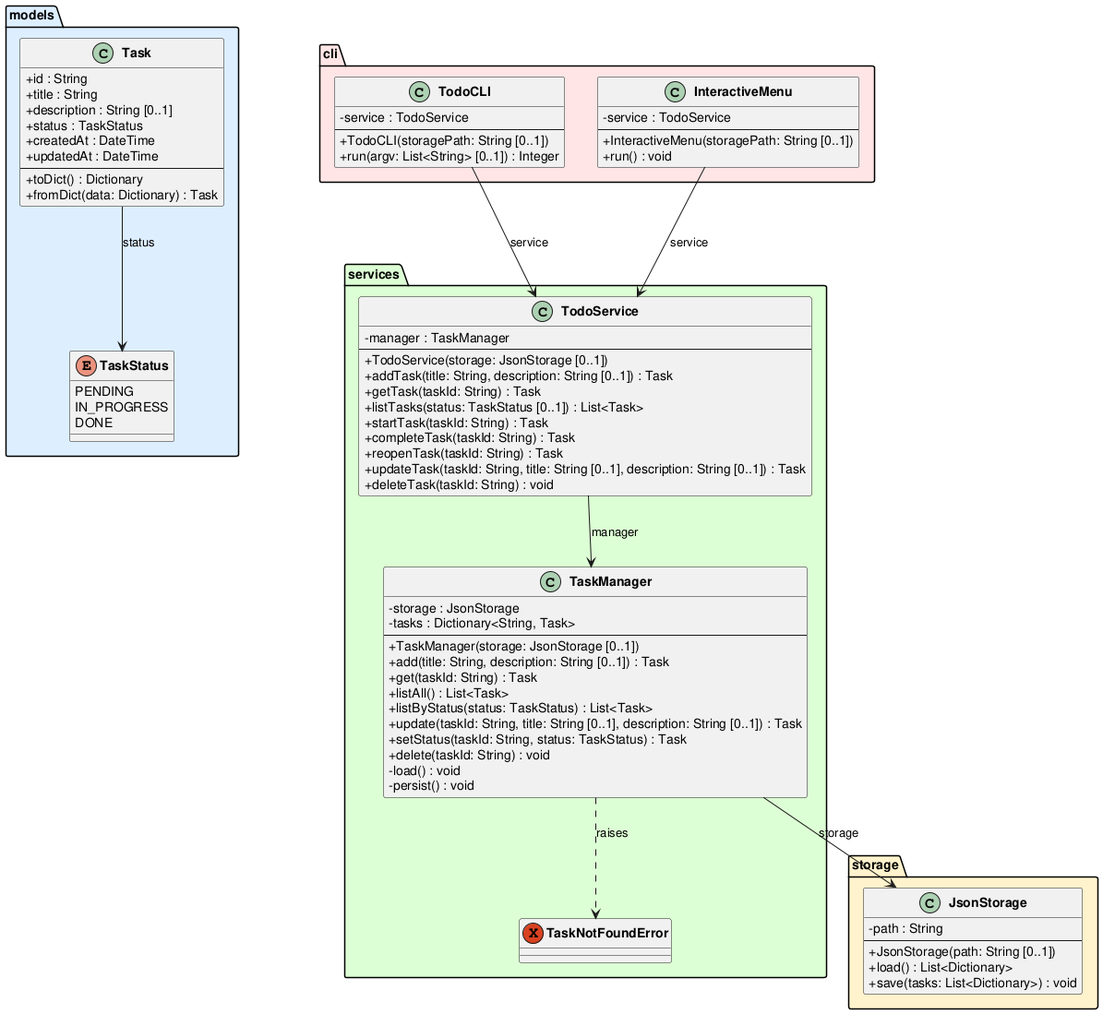
Above: experiments/supervisor_as_tools/structured_text/TODO/artifacts/class_diagram.png in DanielRiha8906/Software_autoevolution_using_agents (PlantUML), before the change. Its diagram source:
```plantuml
@startuml class_diagram

skinparam classAttributeIconSize 0
skinparam classFontStyle bold

package "models" #DDEEFF {
    enum TaskStatus {
        PENDING
        IN_PROGRESS
        DONE
    }

    class Task {
        +id : String
        +title : String
        +description : String [0..1]
        +status : TaskStatus
        +createdAt : DateTime
        +updatedAt : DateTime
        --
        +toDict() : Dictionary
        +fromDict(data: Dictionary) : Task
    }
}

package "storage" #FFF3CC {
    class JsonStorage {
        -path : String
        --
        +JsonStorage(path: String [0..1])
        +load() : List<Dictionary>
        +save(tasks: List<Dictionary>) : void
    }
}

package "services" #DDFFD4 {
    exception TaskNotFoundError

    class TaskManager {
        -storage : JsonStorage
        -tasks : Dictionary<String, Task>
        --
        +TaskManager(storage: JsonStorage [0..1])
        +add(title: String, description: String [0..1]) : Task
        +get(taskId: String) : Task
        +listAll() : List<Task>
        +listByStatus(status: TaskStatus) : List<Task>
        +update(taskId: String, title: String [0..1], description: String [0..1]) : Task
        +setStatus(taskId: String, status: TaskStatus) : Task
        +delete(taskId: String) : void
        -load() : void
        -persist() : void
    }

    class TodoService {
        -manager : TaskManager
        --
        +TodoService(storage: JsonStorage [0..1])
        +addTask(title: String, description: String [0..1]) : Task
        +getTask(taskId: String) : Task
        +listTasks(status: TaskStatus [0..1]) : List<Task>
        +startTask(taskId: String) : Task
        +completeTask(taskId: String) : Task
        +reopenTask(taskId: String) : Task
        +updateTask(taskId: String, title: String [0..1], description: String [0..1]) : Task
        +deleteTask(taskId: String) : void
    }
}

package "cli" #FFE5E5 {
    class TodoCLI {
        -service : TodoService
        --
        +TodoCLI(storagePath: String [0..1])
        +run(argv: List<String> [0..1]) : Integer
    }

    class InteractiveMenu {
        -service : TodoService
        --
        +InteractiveMenu(storagePath: String [0..1])
        +run() : void
    }
}

Task --> TaskStatus : status
TaskManager --> JsonStorage : storage
TaskManager ..> TaskNotFoundError : raises
TodoService --> TaskManager : manager
TodoCLI --> TodoService : service
InteractiveMenu --> TodoService : service

@enduml
```
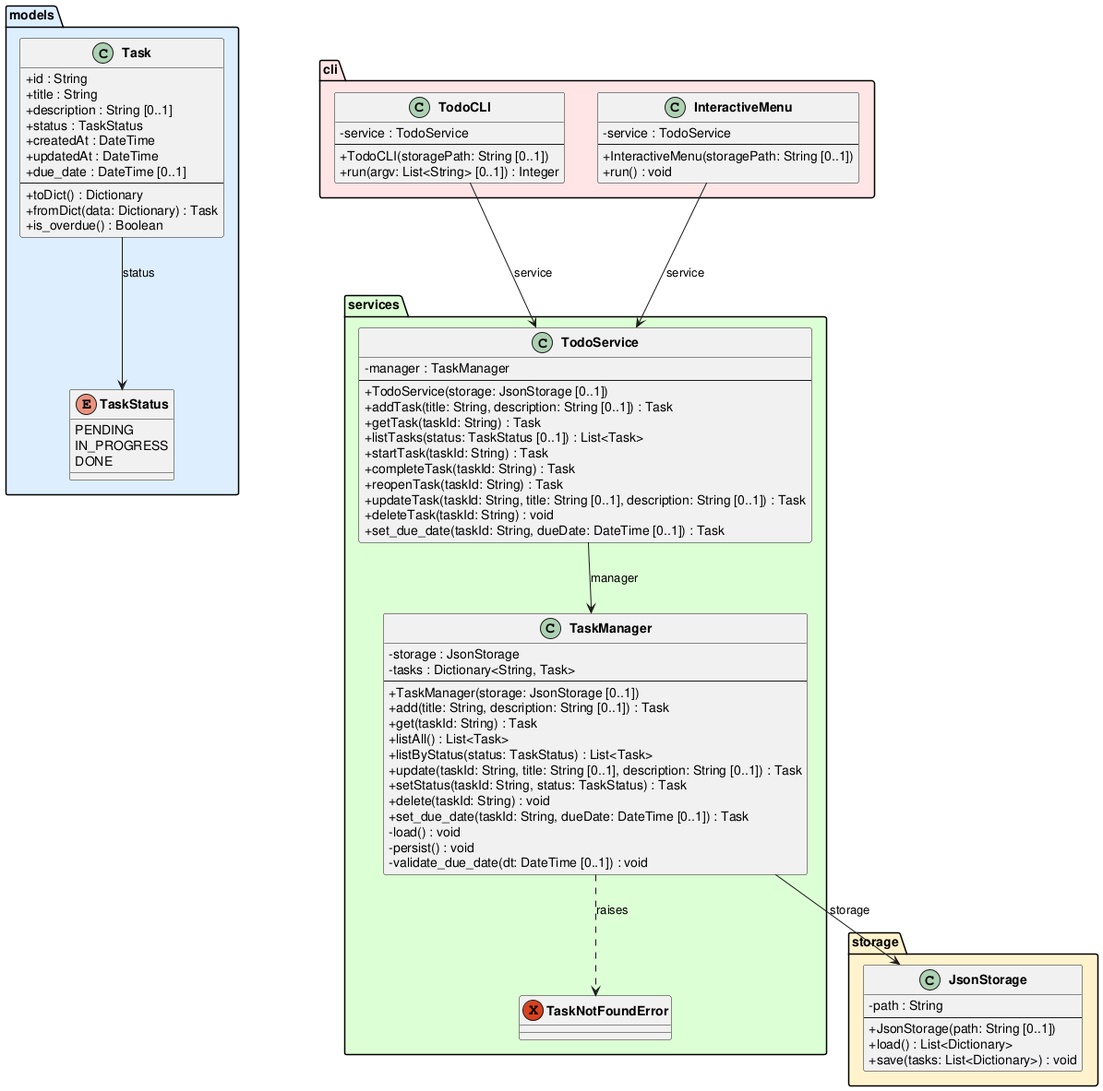
The same diagram one commit later.

The edit, as a diff of the source:
```diff
@@ -17,9 +17,11 @@
         +status : TaskStatus
         +createdAt : DateTime
         +updatedAt : DateTime
+        +due_date : DateTime [0..1]
         --
         +toDict() : Dictionary
         +fromDict(data: Dictionary) : Task
+        +is_overdue() : Boolean
     }
 }
 
@@ -48,8 +50,10 @@
         +update(taskId: String, title: String [0..1], description: String [0..1]) : Task
         +setStatus(taskId: String, status: TaskStatus) : Task
         +delete(taskId: String) : void
+        +set_due_date(taskId: String, dueDate: DateTime [0..1]) : Task
         -load() : void
         -persist() : void
+        -validate_due_date(dt: DateTime [0..1]) : void
     }
 
     class TodoService {
@@ -64,6 +68,7 @@
         +reopenTask(taskId: String) : Task
         +updateTask(taskId: String, title: String [0..1], description: String [0..1]) : Task
         +deleteTask(taskId: String) : void
+        +set_due_date(taskId: String, dueDate: DateTime [0..1]) : Task
     }
 }
 
```
